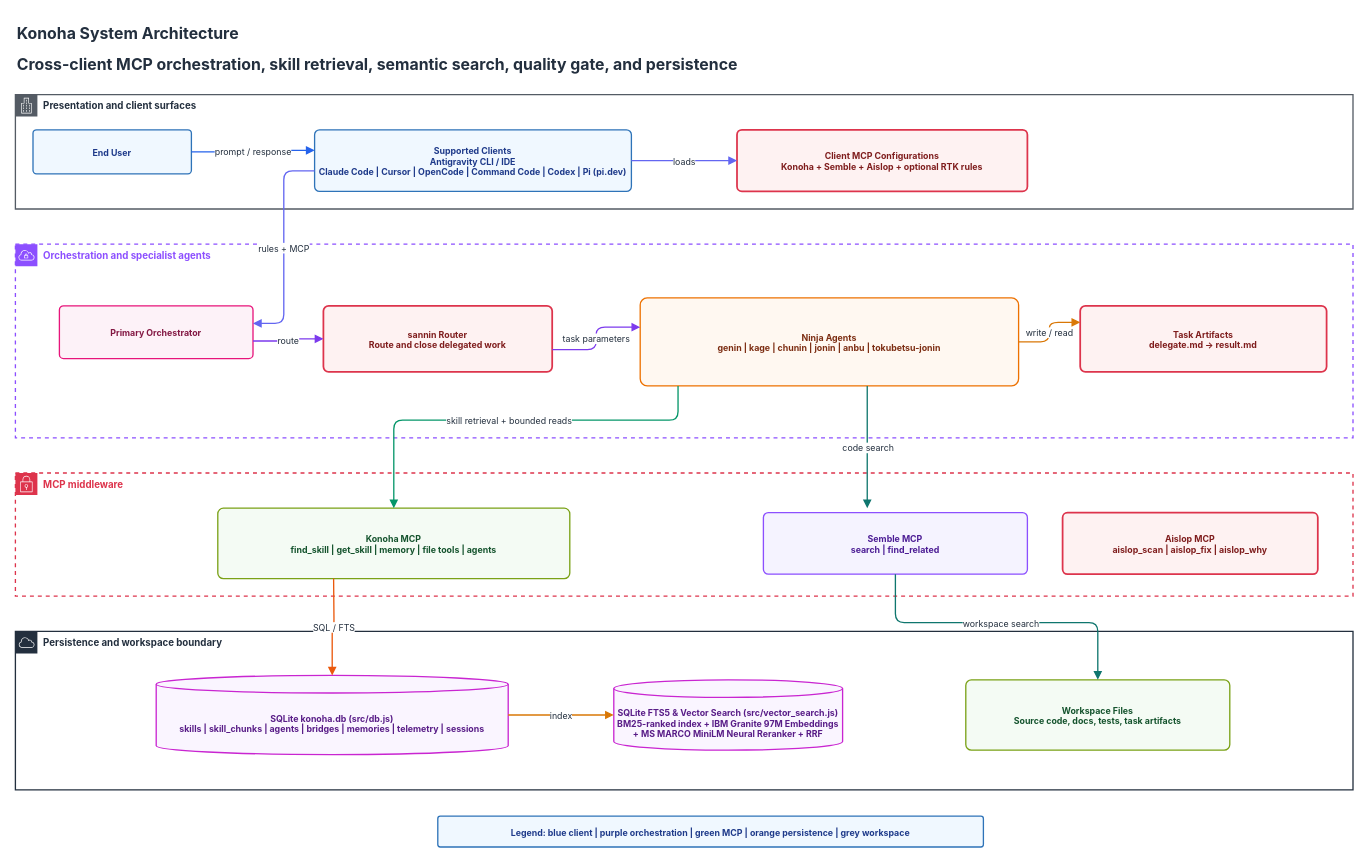
Above: page "01 System Architecture" (1 of 15) of docs/diagrams/konoha-enterprise-architecture.drawio in andycungkrinx91/konoha (draw.io), before the change. Source tidied: cells renumbered, new cells numbered last; positions are measured from the earlier drawing's top-left corner, leaving out a move shared by most shapes. Both pictures are drawn from the tidied source at 88%, with x=0, y=0 at pixel (15, 15).
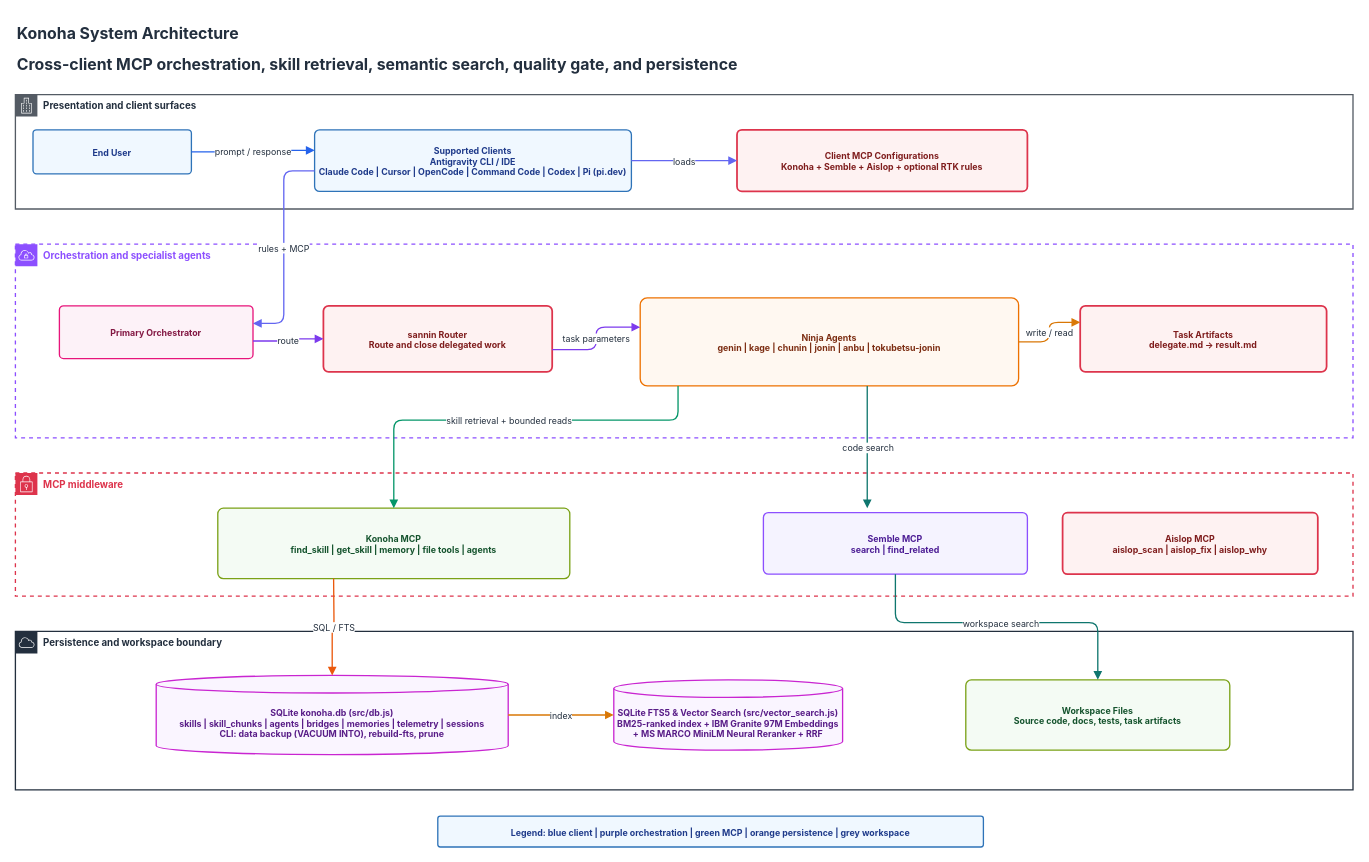
Above is the later version.

Commit message (it also covers changes not shown here):
docs(diagrams): update architecture drawio with data commands, episodic memory rule, and sandboxed runner

The change refers to these unchanged cells:
```xml
<mxCell id="17" value="Persistence and workspace boundary" style="shape=mxgraph.aws4.group;grIcon=mxgraph.aws4.group_aws_cloud;strokeColor=#232F3E;fillColor=none;verticalAlign=top;align=left;spacingLeft=30;fontColor=#232F3E;dashed=0;strokeWidth=1.5;fontFamily=Inter, system-ui;fontSize=11;fontStyle=1;" parent="1" vertex="1">
  <mxGeometry y="700" width="1520" height="180" as="geometry" />
</mxCell>
```

The edit, as a diff of the source:
```diff
@@
-    <mxCell id="18" value="SQLite konoha.db (src/db.js)&#10;skills | skill_chunks | agents | bridges | memories | telemetry | sessions" style="shape=cylinder3;whiteSpace=wrap;html=1;boundedLbl=1;backgroundOutline=1;size=10;fillColor=#FAF5FF;strokeColor=#C925D1;strokeWidth=1.5;fontFamily=Inter, system-ui, -apple-system;fontSize=10;fontColor=#581C87;fontStyle=1;shadow=0;" parent="17" vertex="1">
+    <mxCell id="18" value="SQLite konoha.db (src/db.js)&#10;skills | skill_chunks | agents | bridges | memories | telemetry | sessions&#10;CLI: data backup (VACUUM INTO), rebuild-fts, prune" style="shape=cylinder3;whiteSpace=wrap;html=1;boundedLbl=1;backgroundOutline=1;size=10;fillColor=#FAF5FF;strokeColor=#C925D1;strokeWidth=1.5;fontFamily=Inter, system-ui, -apple-system;fontSize=10;fontColor=#581C87;fontStyle=1;shadow=0;" parent="17" vertex="1">
       <mxGeometry x="160" y="50" width="400" height="90" as="geometry" />
     </mxCell>
```
